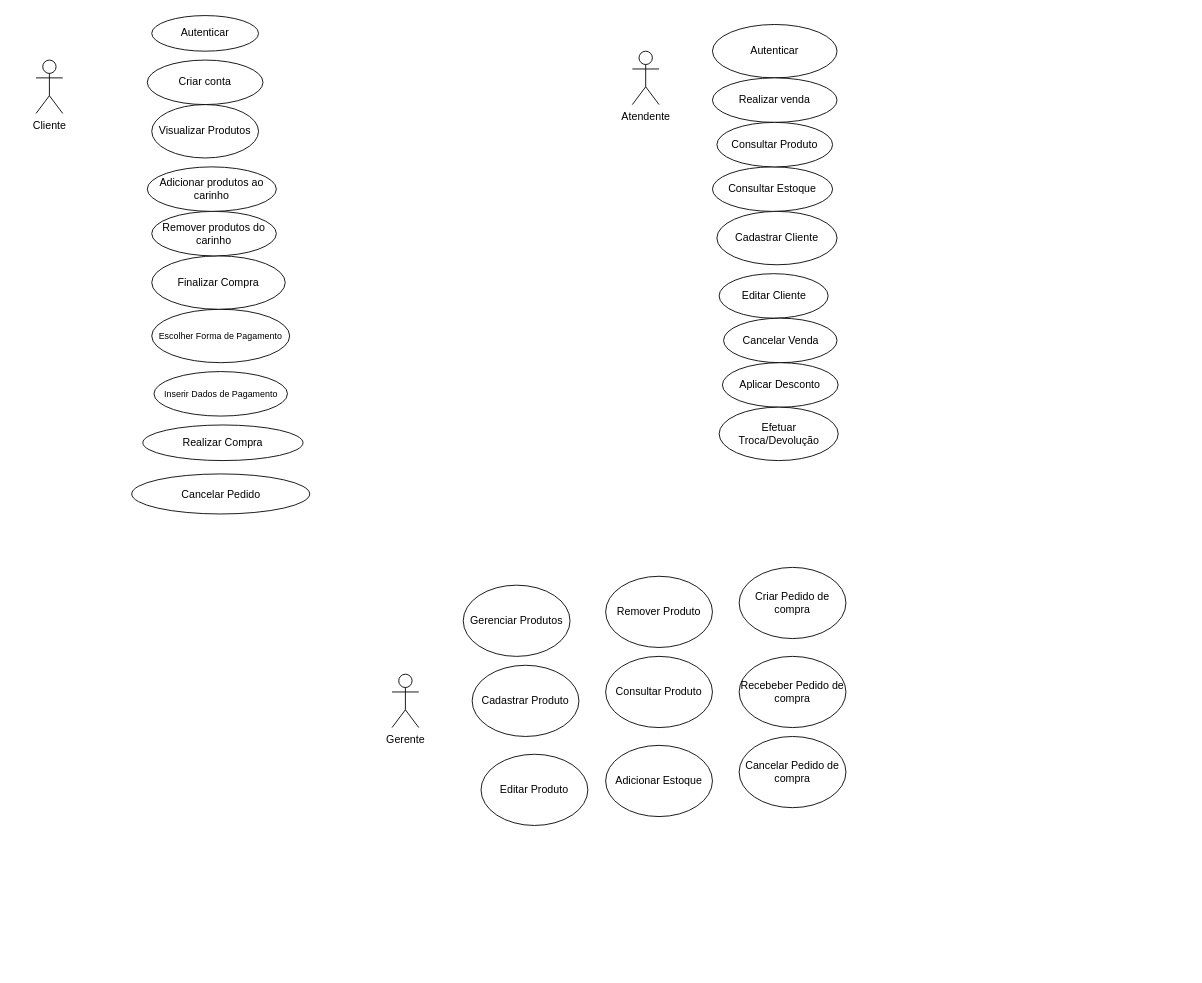
Earlier version of the draw.io diagram page "Página-7" (5 of 6) of Diagrama sem noe.drawio (sabrinaLM893/diagramasderequisitos). Source tidied: cells renumbered, new cells numbered last; positions are measured from the earlier drawing's top-left corner, leaving out a move shared by most shapes. Both pictures are drawn from the tidied source at 89%, with x=0, y=0 at pixel (36, 15).
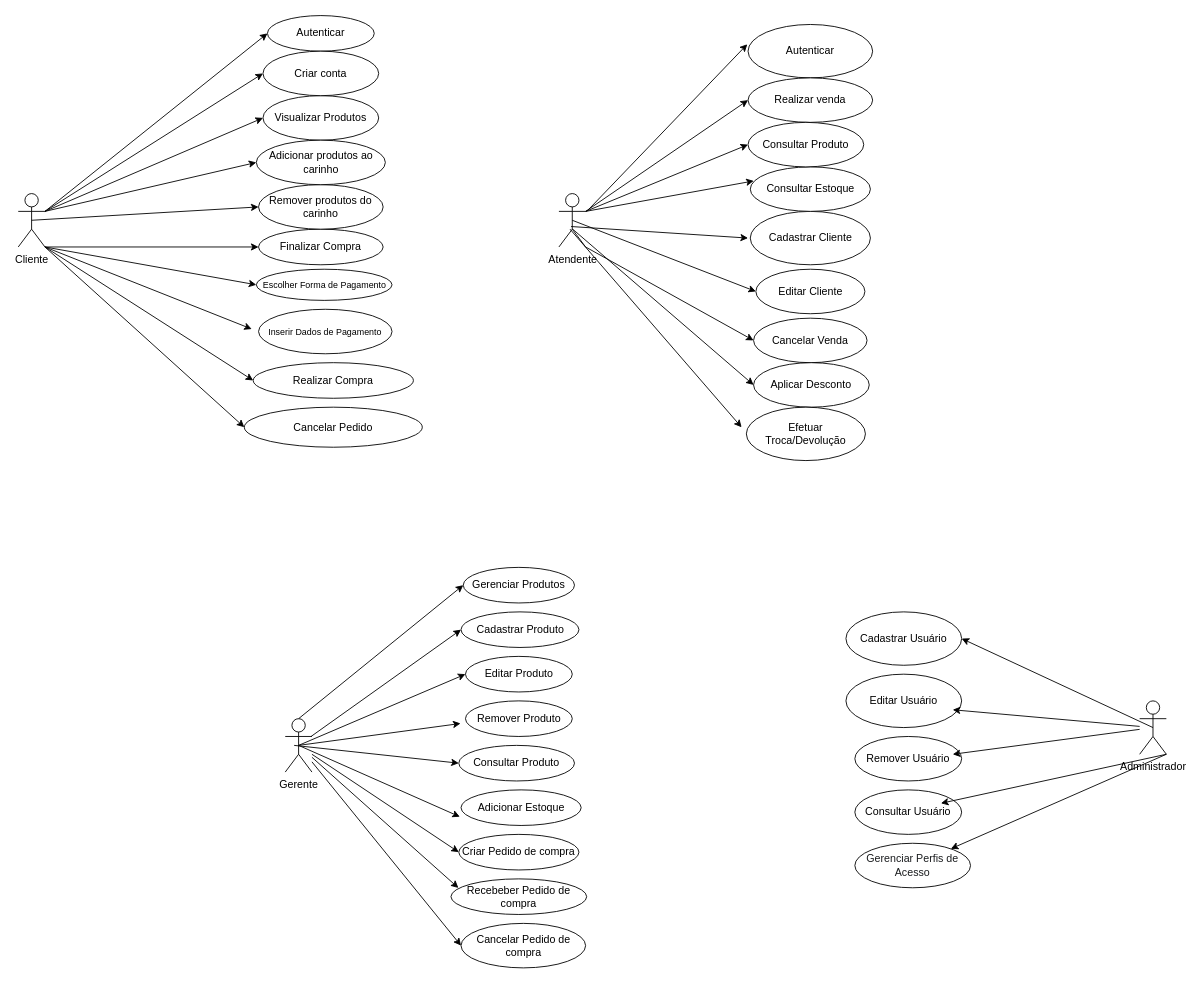
The same diagram, later.

Change to the diagram source:
```diff
@@
     <mxCell id="2" value="Cliente" style="shape=umlActor;verticalLabelPosition=bottom;verticalAlign=top;html=1;outlineConnect=0;" parent="1" vertex="1">
-      <mxGeometry y="50" width="30" height="60" as="geometry" />
+      <mxGeometry x="-20" y="200" width="30" height="60" as="geometry" />
     </mxCell>
     <mxCell id="3" value="Visualizar Produtos" style="ellipse;whiteSpace=wrap;html=1;" parent="1" vertex="1">
-      <mxGeometry x="130" y="100" width="120" height="60" as="geometry" />
+      <mxGeometry x="255" y="90" width="130" height="50" as="geometry" />
     </mxCell>
     <mxCell id="4" value="Autenticar" style="ellipse;whiteSpace=wrap;html=1;" parent="1" vertex="1">
-      <mxGeometry x="130" width="120" height="40" as="geometry" />
+      <mxGeometry x="260" width="120" height="40" as="geometry" />
     </mxCell>
     <mxCell id="5" value="Criar conta" style="ellipse;whiteSpace=wrap;html=1;" parent="1" vertex="1">
-      <mxGeometry x="125" y="50" width="130" height="50" as="geometry" />
+      <mxGeometry x="255" y="40" width="130" height="50" as="geometry" />
     </mxCell>
     <mxCell id="6" value="&lt;span style=&quot;font-size: 10px;&quot;&gt;Escolher Forma de Pagamento&lt;/span&gt;" style="ellipse;whiteSpace=wrap;html=1;" parent="1" vertex="1">
-      <mxGeometry x="130" y="330" width="155" height="60" as="geometry" />
+      <mxGeometry x="247.5" y="285" width="152.5" height="35" as="geometry" />
     </mxCell>
     <mxCell id="7" value="Finalizar Compra" style="ellipse;whiteSpace=wrap;html=1;" parent="1" vertex="1">
-      <mxGeometry x="130" y="270" width="150" height="60" as="geometry" />
+      <mxGeometry x="250" y="240" width="140" height="40" as="geometry" />
     </mxCell>
     <mxCell id="8" value="Remover produtos do carinho" style="ellipse;whiteSpace=wrap;html=1;" parent="1" vertex="1">
-      <mxGeometry x="130" y="220" width="140" height="50" as="geometry" />
+      <mxGeometry x="250" y="190" width="140" height="50" as="geometry" />
     </mxCell>
     <mxCell id="9" value="Adicionar produtos ao carinho" style="ellipse;whiteSpace=wrap;html=1;" parent="1" vertex="1">
-      <mxGeometry x="125" y="170" width="145" height="50" as="geometry" />
+      <mxGeometry x="247.5" y="140" width="145" height="50" as="geometry" />
     </mxCell>
     <mxCell id="10" value="Cancelar Pedido" style="ellipse;whiteSpace=wrap;html=1;" parent="1" vertex="1">
-      <mxGeometry x="107.5" y="515" width="200" height="45" as="geometry" />
+      <mxGeometry x="234" y="440" width="200" height="45" as="geometry" />
     </mxCell>
     <mxCell id="11" value="&lt;span style=&quot;font-size: 10px;&quot;&gt;Inserir Dados de Pagamento&lt;/span&gt;" style="ellipse;whiteSpace=wrap;html=1;" parent="1" vertex="1">
-      <mxGeometry x="132.5" y="400" width="150" height="50" as="geometry" />
+      <mxGeometry x="250" y="330" width="150" height="50" as="geometry" />
     </mxCell>
     <mxCell id="12" value="Realizar Compra" style="ellipse;whiteSpace=wrap;html=1;" parent="1" vertex="1">
-      <mxGeometry x="120" y="460" width="180" height="40" as="geometry" />
+      <mxGeometry x="244" y="390" width="180" height="40" as="geometry" />
     </mxCell>
     <mxCell id="13" value="Atendente" style="shape=umlActor;verticalLabelPosition=bottom;verticalAlign=top;html=1;outlineConnect=0;" parent="1" vertex="1">
-      <mxGeometry x="670" y="40" width="30" height="60" as="geometry" />
+      <mxGeometry x="587.5" y="200" width="30" height="60" as="geometry" />
     </mxCell>
     <mxCell id="14" value="Autenticar" style="ellipse;whiteSpace=wrap;html=1;" parent="1" vertex="1">
-      <mxGeometry x="760" y="10" width="140" height="60" as="geometry" />
+      <mxGeometry x="800" y="10" width="140" height="60" as="geometry" />
     </mxCell>
     <mxCell id="15" value="Cadastrar Cliente" style="ellipse;whiteSpace=wrap;html=1;" parent="1" vertex="1">
-      <mxGeometry x="765" y="220" width="135" height="60" as="geometry" />
+      <mxGeometry x="802.5" y="220" width="135" height="60" as="geometry" />
     </mxCell>
     <mxCell id="16" value="Editar Cliente" style="ellipse;whiteSpace=wrap;html=1;" parent="1" vertex="1">
-      <mxGeometry x="767.5" y="290" width="122.5" height="50" as="geometry" />
+      <mxGeometry x="808.8" y="285" width="122.5" height="50" as="geometry" />
     </mxCell>
     <mxCell id="17" value="Consultar Estoque" style="ellipse;whiteSpace=wrap;html=1;" parent="1" vertex="1">
-      <mxGeometry x="760" y="170" width="135" height="50" as="geometry" />
+      <mxGeometry x="802.5" y="170" width="135" height="50" as="geometry" />
     </mxCell>
     <mxCell id="18" value="Realizar venda" style="ellipse;whiteSpace=wrap;html=1;" parent="1" vertex="1">
-      <mxGeometry x="760" y="70" width="140" height="50" as="geometry" />
+      <mxGeometry x="800" y="70" width="140" height="50" as="geometry" />
     </mxCell>
     <mxCell id="19" value="Consultar Produto" style="ellipse;whiteSpace=wrap;html=1;" parent="1" vertex="1">
-      <mxGeometry x="765" y="120" width="130" height="50" as="geometry" />
+      <mxGeometry x="800" y="120" width="130" height="50" as="geometry" />
     </mxCell>
     <mxCell id="20" value="Cancelar Venda" style="ellipse;whiteSpace=wrap;html=1;" parent="1" vertex="1">
-      <mxGeometry x="772.5" y="340" width="127.5" height="50" as="geometry" />
+      <mxGeometry x="806.2" y="340" width="127.5" height="50" as="geometry" />
     </mxCell>
     <mxCell id="21" value="Aplicar Desconto" style="ellipse;whiteSpace=wrap;html=1;" parent="1" vertex="1">
-      <mxGeometry x="771.2" y="390" width="130" height="50" as="geometry" />
+      <mxGeometry x="806.2" y="390" width="130" height="50" as="geometry" />
     </mxCell>
     <mxCell id="22" value="Efetuar Troca/Devolução" style="ellipse;whiteSpace=wrap;html=1;" parent="1" vertex="1">
-      <mxGeometry x="767.5" y="440" width="133.8" height="60" as="geometry" />
+      <mxGeometry x="798.1" y="440" width="133.8" height="60" as="geometry" />
     </mxCell>
     <mxCell id="23" value="Gerente" style="shape=umlActor;verticalLabelPosition=bottom;verticalAlign=top;html=1;outlineConnect=0;" parent="1" vertex="1">
-      <mxGeometry x="400" y="740" width="30" height="60" as="geometry" />
+      <mxGeometry x="280" y="790" width="30" height="60" as="geometry" />
     </mxCell>
     <mxCell id="24" value="Gerenciar Produtos" style="ellipse;whiteSpace=wrap;html=1;" parent="1" vertex="1">
-      <mxGeometry x="480" y="640" width="120" height="80" as="geometry" />
+      <mxGeometry x="480" y="620" width="125" height="40" as="geometry" />
     </mxCell>
     <mxCell id="25" value="Cadastrar Produto" style="ellipse;whiteSpace=wrap;html=1;" parent="1" vertex="1">
-      <mxGeometry x="490" y="730" width="120" height="80" as="geometry" />
+      <mxGeometry x="477.5" y="670" width="132.5" height="40" as="geometry" />
     </mxCell>
     <mxCell id="26" value="Remover Produto" style="ellipse;whiteSpace=wrap;html=1;" parent="1" vertex="1">
-      <mxGeometry x="640" y="630" width="120" height="80" as="geometry" />
+      <mxGeometry x="482.5" y="770" width="120" height="40" as="geometry" />
     </mxCell>
     <mxCell id="27" value="Consultar Produto" style="ellipse;whiteSpace=wrap;html=1;" parent="1" vertex="1">
-      <mxGeometry x="640" y="720" width="120" height="80" as="geometry" />
+      <mxGeometry x="475" y="820" width="130" height="40" as="geometry" />
     </mxCell>
     <mxCell id="28" value="Editar Produto" style="ellipse;whiteSpace=wrap;html=1;" parent="1" vertex="1">
-      <mxGeometry x="500" y="830" width="120" height="80" as="geometry" />
+      <mxGeometry x="482.5" y="720" width="120" height="40" as="geometry" />
     </mxCell>
     <mxCell id="29" value="Adicionar Estoque" style="ellipse;whiteSpace=wrap;html=1;" parent="1" vertex="1">
-      <mxGeometry x="640" y="820" width="120" height="80" as="geometry" />
+      <mxGeometry x="477.5" y="870" width="135" height="40" as="geometry" />
     </mxCell>
     <mxCell id="30" value="Criar Pedido de compra" style="ellipse;whiteSpace=wrap;html=1;" parent="1" vertex="1">
-      <mxGeometry x="790" y="620" width="120" height="80" as="geometry" />
+      <mxGeometry x="475" y="920" width="135" height="40" as="geometry" />
     </mxCell>
     <mxCell id="31" value="Recebeber Pedido de compra" style="ellipse;whiteSpace=wrap;html=1;" parent="1" vertex="1">
-      <mxGeometry x="790" y="720" width="120" height="80" as="geometry" />
+      <mxGeometry x="466.2" y="970" width="152.5" height="40" as="geometry" />
     </mxCell>
     <mxCell id="32" value="Cancelar Pedido de compra" style="ellipse;whiteSpace=wrap;html=1;" parent="1" vertex="1">
-      <mxGeometry x="790" y="810" width="120" height="80" as="geometry" />
+      <mxGeometry x="477.5" y="1020" width="140" height="50" as="geometry" />
     </mxCell>
+    <mxCell id="33" value="Administrador" style="shape=umlActor;verticalLabelPosition=bottom;verticalAlign=top;html=1;outlineConnect=0;" parent="1" vertex="1">
+      <mxGeometry x="1240" y="770" width="30" height="60" as="geometry" />
+    </mxCell>
+    <mxCell id="34" value="Remover Usuário" style="ellipse;whiteSpace=wrap;html=1;" parent="1" vertex="1">
+      <mxGeometry x="920" y="810" width="120" height="50" as="geometry" />
+    </mxCell>
+    <mxCell id="35" value="&lt;span id=&quot;docs-internal-guid-0923d847-7fff-fba8-32e8-b9ef5117ffc7&quot;&gt;&lt;span style=&quot;font-family: Arial, sans-serif; color: rgb(26, 28, 30); background-color: transparent; font-variant-numeric: normal; font-variant-east-asian: normal; font-variant-alternates: normal; font-variant-position: normal; font-variant-emoji: normal; vertical-align: baseline; white-space-collapse: preserve;&quot;&gt;&lt;font style=&quot;font-size: 12px;&quot;&gt;Gerenciar Perfis de Acesso&lt;/font&gt;&lt;/span&gt;&lt;/span&gt;" style="ellipse;whiteSpace=wrap;html=1;" parent="1" vertex="1">
+      <mxGeometry x="920" y="930" width="130" height="50" as="geometry" />
+    </mxCell>
+    <mxCell id="36" value="Consultar Usuário" style="ellipse;whiteSpace=wrap;html=1;" parent="1" vertex="1">
+      <mxGeometry x="920" y="870" width="120" height="50" as="geometry" />
+    </mxCell>
+    <mxCell id="37" value="Editar Usuário" style="ellipse;whiteSpace=wrap;html=1;" parent="1" vertex="1">
+      <mxGeometry x="910" y="740" width="130" height="60" as="geometry" />
+    </mxCell>
+    <mxCell id="38" value="Cadastrar Usuário" style="ellipse;whiteSpace=wrap;html=1;" parent="1" vertex="1">
+      <mxGeometry x="910" y="670" width="130" height="60" as="geometry" />
+    </mxCell>
+    <mxCell id="39" style="endArrow=classic;html=1;rounded=0;entryX=0;entryY=0.5;entryDx=0;entryDy=0;exitX=1;exitY=0.3333333333333333;exitDx=0;exitDy=0;exitPerimeter=0;" parent="1" edge="1" source="2" target="5">
+      <mxGeometry relative="1" as="geometry" />
+    </mxCell>
+    <mxCell id="40" style="endArrow=classic;html=1;rounded=0;entryX=0;entryY=0.5;entryDx=0;entryDy=0;" parent="1" edge="1" target="4">
+      <mxGeometry relative="1" as="geometry">
+        <mxPoint x="10" y="220" as="sourcePoint" />
+      </mxGeometry>
+    </mxCell>
+    <mxCell id="41" style="endArrow=classic;html=1;rounded=0;exitX=1;exitY=0.3333333333333333;exitDx=0;exitDy=0;exitPerimeter=0;entryX=0;entryY=0.5;entryDx=0;entryDy=0;" parent="1" edge="1" source="2" target="3">
+      <mxGeometry relative="1" as="geometry" />
+    </mxCell>
+    <mxCell id="42" style="endArrow=classic;html=1;rounded=0;entryX=0;entryY=0.5;entryDx=0;entryDy=0;exitX=1;exitY=0.3333333333333333;exitDx=0;exitDy=0;exitPerimeter=0;" parent="1" edge="1" source="2" target="9">
+      <mxGeometry relative="1" as="geometry" />
+    </mxCell>
+    <mxCell id="43" style="endArrow=classic;html=1;rounded=0;entryX=0;entryY=0.5;entryDx=0;entryDy=0;exitX=0.5;exitY=0.5;exitDx=0;exitDy=0;exitPerimeter=0;" parent="1" edge="1" source="2" target="8">
+      <mxGeometry relative="1" as="geometry" />
+    </mxCell>
+    <mxCell id="44" style="endArrow=classic;html=1;rounded=0;entryX=0;entryY=0.5;entryDx=0;entryDy=0;exitX=1;exitY=1;exitDx=0;exitDy=0;exitPerimeter=0;" parent="1" edge="1" source="2" target="7">
+      <mxGeometry relative="1" as="geometry" />
+    </mxCell>
+    <mxCell id="45" style="endArrow=classic;html=1;rounded=0;entryX=0;entryY=0.5;entryDx=0;entryDy=0;" parent="1" edge="1" target="6">
+      <mxGeometry relative="1" as="geometry">
+        <mxPoint x="10" y="260" as="sourcePoint" />
+      </mxGeometry>
+    </mxCell>
+    <mxCell id="46" style="endArrow=classic;html=1;rounded=0;entryX=-0.051;entryY=0.444;entryDx=0;entryDy=0;entryPerimeter=0;exitX=1;exitY=1;exitDx=0;exitDy=0;exitPerimeter=0;" parent="1" edge="1" source="2" target="11">
+      <mxGeometry relative="1" as="geometry" />
+    </mxCell>
+    <mxCell id="47" style="endArrow=classic;html=1;rounded=0;entryX=0;entryY=0.5;entryDx=0;entryDy=0;" parent="1" edge="1" target="12">
+      <mxGeometry relative="1" as="geometry">
+        <mxPoint x="10" y="260" as="sourcePoint" />
+      </mxGeometry>
+    </mxCell>
+    <mxCell id="48" style="endArrow=classic;html=1;rounded=0;entryX=0;entryY=0.5;entryDx=0;entryDy=0;exitX=1;exitY=1;exitDx=0;exitDy=0;exitPerimeter=0;" parent="1" edge="1" source="2" target="10">
+      <mxGeometry relative="1" as="geometry" />
+    </mxCell>
+    <mxCell id="49" style="endArrow=classic;html=1;rounded=0;entryX=-0.006;entryY=0.37;entryDx=0;entryDy=0;entryPerimeter=0;" parent="1" edge="1" target="14">
+      <mxGeometry relative="1" as="geometry">
+        <mxPoint x="618.8" y="220" as="sourcePoint" />
+      </mxGeometry>
+    </mxCell>
+    <mxCell id="50" style="endArrow=classic;html=1;rounded=0;entryX=0;entryY=0.5;entryDx=0;entryDy=0;exitX=1;exitY=0.3333333333333333;exitDx=0;exitDy=0;exitPerimeter=0;" parent="1" edge="1" source="13" target="18">
+      <mxGeometry relative="1" as="geometry" />
+    </mxCell>
+    <mxCell id="51" style="endArrow=classic;html=1;rounded=0;entryX=0;entryY=0.5;entryDx=0;entryDy=0;exitX=1;exitY=0.3333333333333333;exitDx=0;exitDy=0;exitPerimeter=0;" parent="1" edge="1" source="13" target="19">
+      <mxGeometry relative="1" as="geometry" />
+    </mxCell>
+    <mxCell id="52" style="endArrow=classic;html=1;rounded=0;entryX=0.029;entryY=0.316;entryDx=0;entryDy=0;entryPerimeter=0;exitX=1;exitY=0.3333333333333333;exitDx=0;exitDy=0;exitPerimeter=0;" parent="1" edge="1" source="13" target="17">
+      <mxGeometry relative="1" as="geometry" />
+    </mxCell>
+    <mxCell id="53" style="endArrow=classic;html=1;rounded=0;exitX=0.455;exitY=0.617;exitDx=0;exitDy=0;exitPerimeter=0;" parent="1" edge="1" source="13">
+      <mxGeometry relative="1" as="geometry">
+        <mxPoint x="800" y="250" as="targetPoint" />
+      </mxGeometry>
+    </mxCell>
+    <mxCell id="54" style="endArrow=classic;html=1;rounded=0;entryX=0;entryY=0.5;entryDx=0;entryDy=0;exitX=0.5;exitY=0.5;exitDx=0;exitDy=0;exitPerimeter=0;" parent="1" edge="1" source="13" target="16">
+      <mxGeometry relative="1" as="geometry" />
+    </mxCell>
+    <mxCell id="55" style="endArrow=classic;html=1;rounded=0;entryX=0;entryY=0.5;entryDx=0;entryDy=0;exitX=1;exitY=1;exitDx=0;exitDy=0;exitPerimeter=0;" parent="1" edge="1" source="13" target="20">
+      <mxGeometry relative="1" as="geometry" />
+    </mxCell>
+    <mxCell id="56" style="endArrow=classic;html=1;rounded=0;entryX=0;entryY=0.5;entryDx=0;entryDy=0;" parent="1" edge="1" target="21">
+      <mxGeometry relative="1" as="geometry">
+        <mxPoint x="603" y="240" as="sourcePoint" />
+      </mxGeometry>
+    </mxCell>
+    <mxCell id="57" style="endArrow=classic;html=1;rounded=0;entryX=-0.04;entryY=0.377;entryDx=0;entryDy=0;entryPerimeter=0;exitX=0.417;exitY=0.667;exitDx=0;exitDy=0;exitPerimeter=0;" parent="1" edge="1" source="13" target="22">
+      <mxGeometry relative="1" as="geometry" />
+    </mxCell>
+    <mxCell id="58" style="endArrow=classic;html=1;rounded=0;entryX=0;entryY=0.5;entryDx=0;entryDy=0;exitX=0.5;exitY=0;exitDx=0;exitDy=0;exitPerimeter=0;" parent="1" edge="1" source="23" target="24">
+      <mxGeometry relative="1" as="geometry" />
+    </mxCell>
+    <mxCell id="59" style="endArrow=classic;html=1;rounded=0;entryX=0;entryY=0.5;entryDx=0;entryDy=0;" parent="1" edge="1" target="25">
+      <mxGeometry relative="1" as="geometry">
+        <mxPoint x="309" y="810" as="sourcePoint" />
+      </mxGeometry>
+    </mxCell>
+    <mxCell id="60" style="endArrow=classic;html=1;rounded=0;entryX=0;entryY=0.5;entryDx=0;entryDy=0;exitX=0.5;exitY=0.5;exitDx=0;exitDy=0;exitPerimeter=0;" parent="1" edge="1" source="23" target="28">
+      <mxGeometry relative="1" as="geometry" />
+    </mxCell>
+    <mxCell id="61" style="endArrow=classic;html=1;rounded=0;entryX=-0.046;entryY=0.635;entryDx=0;entryDy=0;entryPerimeter=0;exitX=0.5;exitY=0.5;exitDx=0;exitDy=0;exitPerimeter=0;" parent="1" edge="1" source="23" target="26">
+      <mxGeometry relative="1" as="geometry" />
+    </mxCell>
+    <mxCell id="62" style="endArrow=classic;html=1;rounded=0;entryX=0;entryY=0.5;entryDx=0;entryDy=0;" parent="1" edge="1" target="27">
+      <mxGeometry relative="1" as="geometry">
+        <mxPoint x="290" y="820" as="sourcePoint" />
+      </mxGeometry>
+    </mxCell>
+    <mxCell id="63" style="endArrow=classic;html=1;rounded=0;entryX=-0.01;entryY=0.755;entryDx=0;entryDy=0;entryPerimeter=0;exitX=0.5;exitY=0.5;exitDx=0;exitDy=0;exitPerimeter=0;" parent="1" edge="1" source="23" target="29">
+      <mxGeometry relative="1" as="geometry" />
+    </mxCell>
+    <mxCell id="64" style="endArrow=classic;html=1;rounded=0;entryX=0;entryY=0.5;entryDx=0;entryDy=0;" parent="1" edge="1" source="23" target="30">
+      <mxGeometry relative="1" as="geometry" />
+    </mxCell>
+    <mxCell id="65" style="endArrow=classic;html=1;rounded=0;entryX=0.055;entryY=0.255;entryDx=0;entryDy=0;entryPerimeter=0;" parent="1" edge="1" source="23" target="31">
+      <mxGeometry relative="1" as="geometry" />
+    </mxCell>
+    <mxCell id="66" style="endArrow=classic;html=1;rounded=0;entryX=0;entryY=0.5;entryDx=0;entryDy=0;" parent="1" edge="1" source="23" target="32">
+      <mxGeometry relative="1" as="geometry" />
+    </mxCell>
+    <mxCell id="67" style="endArrow=classic;html=1;rounded=0;entryX=1;entryY=0.5;entryDx=0;entryDy=0;exitX=0.5;exitY=0.5;exitDx=0;exitDy=0;exitPerimeter=0;" parent="1" edge="1" source="33" target="38">
+      <mxGeometry relative="1" as="geometry" />
+    </mxCell>
+    <mxCell id="68" style="endArrow=classic;html=1;rounded=0;" parent="1" edge="1" source="33">
+      <mxGeometry relative="1" as="geometry">
+        <mxPoint x="1030" y="780" as="targetPoint" />
+      </mxGeometry>
+    </mxCell>
+    <mxCell id="69" style="endArrow=classic;html=1;rounded=0;" parent="1" edge="1" source="33">
+      <mxGeometry relative="1" as="geometry">
+        <mxPoint x="1030" y="830" as="targetPoint" />
+      </mxGeometry>
+    </mxCell>
+    <mxCell id="70" style="endArrow=classic;html=1;rounded=0;exitX=1;exitY=1;exitDx=0;exitDy=0;exitPerimeter=0;entryX=0.806;entryY=0.302;entryDx=0;entryDy=0;entryPerimeter=0;" parent="1" edge="1" source="33" target="36">
+      <mxGeometry relative="1" as="geometry" />
+    </mxCell>
+    <mxCell id="71" style="endArrow=classic;html=1;rounded=0;exitX=1;exitY=1;exitDx=0;exitDy=0;exitPerimeter=0;" parent="1" edge="1" source="33" target="35">
+      <mxGeometry relative="1" as="geometry" />
+    </mxCell>
```
